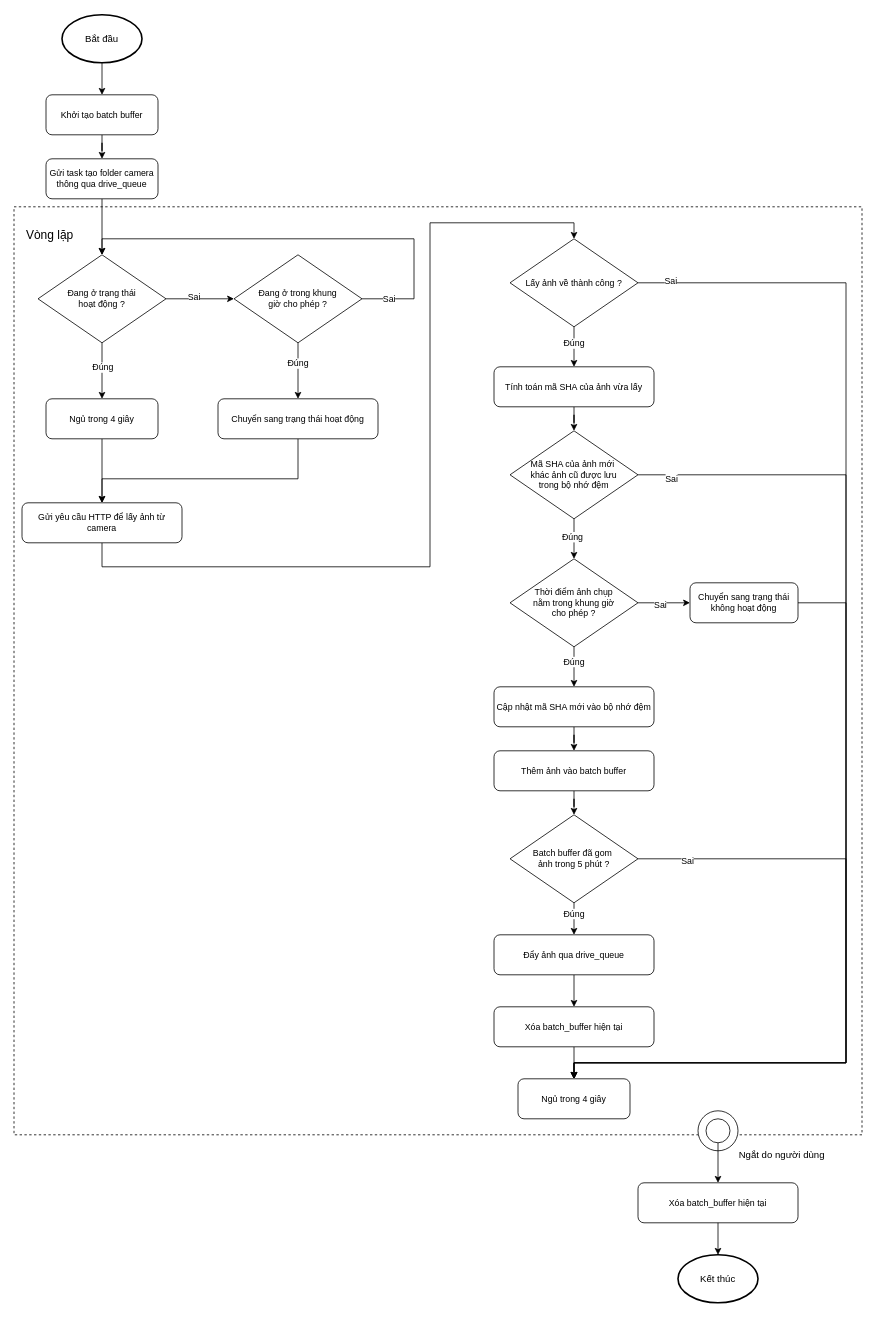
Denzaro/DATN_Thesis keeps this draw.io diagram as fig/camera_threading.drawio. Above is the earlier version. Source tidied: cells renumbered, new cells numbered last; positions are measured from the earlier drawing's top-left corner, leaving out a move shared by most shapes. Both pictures are drawn from the tidied source at 80%, with x=0, y=0 at pixel (14, 14).
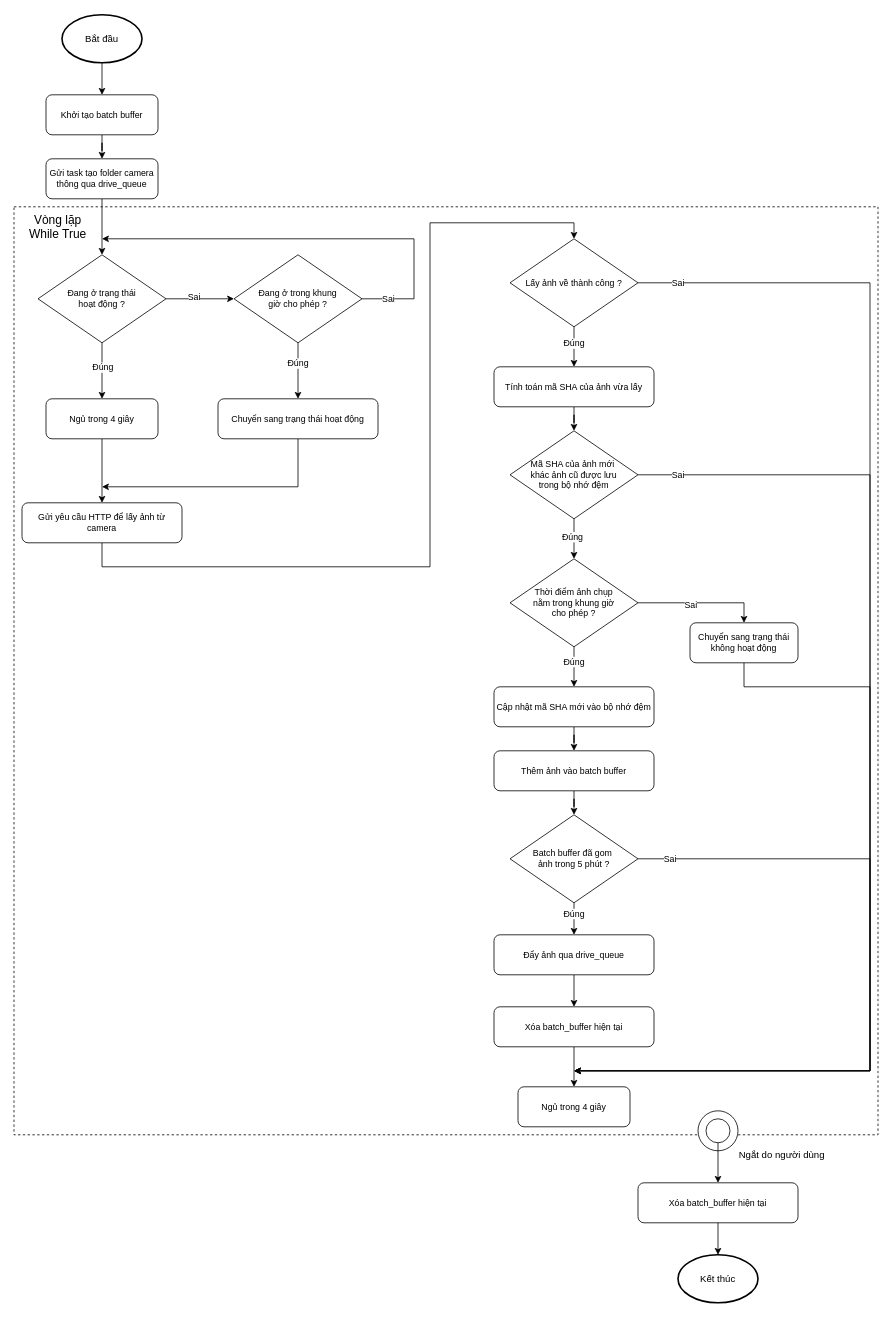
Above is the later version.

The change refers to these unchanged cells:
```xml
<mxCell id="9" value="Đang ở trạng thái &lt;br&gt;hoạt động ?" style="rhombus;whiteSpace=wrap;html=1;fontSize=11;" parent="1" vertex="1">
  <mxGeometry x="30" y="300" width="160" height="110" as="geometry" />
</mxCell>
<mxCell id="11" value="Chuyển sang trạng thái hoạt động" style="rounded=1;whiteSpace=wrap;html=1;fontSize=11;" parent="1" vertex="1">
  <mxGeometry x="255" y="480" width="200" height="50" as="geometry" />
</mxCell>
<mxCell id="26" value="Mã SHA của ảnh mới&amp;nbsp;&lt;div&gt;khác ảnh cũ được lưu&lt;br&gt;trong bộ nhớ đệm&lt;/div&gt;" style="rhombus;whiteSpace=wrap;html=1;fontSize=11;" parent="1" vertex="1">
  <mxGeometry x="620" y="520" width="160" height="110" as="geometry" />
</mxCell>
<mxCell id="27" value="Đang ở trong khung&lt;br&gt;giờ cho phép ?" style="rhombus;whiteSpace=wrap;html=1;fontSize=11;" parent="1" vertex="1">
  <mxGeometry x="275" y="300" width="160" height="110" as="geometry" />
</mxCell>
<mxCell id="32" value="Thời điểm ảnh chụp&lt;br&gt;nằm trong khung giờ&lt;br&gt;cho phép ?" style="rhombus;whiteSpace=wrap;html=1;fontSize=11;" parent="1" vertex="1">
  <mxGeometry x="620" y="680" width="160" height="110" as="geometry" />
</mxCell>
<mxCell id="42" value="Xóa batch_buffer hiện tại" style="rounded=1;whiteSpace=wrap;html=1;fontSize=11;" parent="1" vertex="1">
  <mxGeometry x="600" y="1240" width="200" height="50" as="geometry" />
</mxCell>
<mxCell id="57" value="Lấy ảnh về thành công ?" style="rhombus;whiteSpace=wrap;html=1;fontSize=11;" parent="1" vertex="1">
  <mxGeometry x="620" y="280" width="160" height="110" as="geometry" />
</mxCell>
<mxCell id="62" value="Batch buffer đã gom&amp;nbsp;&lt;br&gt;ảnh trong 5 phút ?" style="rhombus;whiteSpace=wrap;html=1;fontSize=11;" parent="1" vertex="1">
  <mxGeometry x="620" y="1000" width="160" height="110" as="geometry" />
</mxCell>
```

Change to the diagram source:
```diff
@@
-    <mxCell id="2" style="rounded=0;whiteSpace=wrap;html=1;dashed=1;" parent="1" vertex="1">
-      <mxGeometry y="240" width="1060" height="1160" as="geometry" />
-    </mxCell>
+    <mxCell id="66" style="rounded=0;whiteSpace=wrap;html=1;dashed=1;" parent="1" vertex="1">
+      <mxGeometry y="240" width="1080" height="1160" as="geometry" />
+    </mxCell>
@@
-    <mxCell id="10" style="edgeStyle=orthogonalEdgeStyle;rounded=0;jettySize=auto;html=1;" parent="1" edge="1" source="11">
-      <mxGeometry relative="1" as="geometry">
-        <mxPoint x="110" y="610" as="targetPoint" />
-        <Array as="points">
-          <mxPoint x="355" y="580" />
-          <mxPoint x="110" y="580" />
-        </Array>
-      </mxGeometry>
-    </mxCell>
+    <mxCell id="67" style="edgeStyle=orthogonalEdgeStyle;rounded=0;jettySize=auto;html=1;" parent="1" edge="1" source="11">
+      <mxGeometry relative="1" as="geometry">
+        <mxPoint x="110" y="590" as="targetPoint" />
+        <Array as="points">
+          <mxPoint x="355" y="590" />
+        </Array>
+      </mxGeometry>
+    </mxCell>
@@
-    <mxCell id="14" style="edgeStyle=orthogonalEdgeStyle;rounded=0;jettySize=auto;html=1;entryX=0.5;entryY=0;entryDx=0;entryDy=0;exitX=1;exitY=0.5;exitDx=0;exitDy=0;" parent="1" edge="1" source="27" target="9">
+    <mxCell id="14" style="edgeStyle=orthogonalEdgeStyle;rounded=0;jettySize=auto;html=1;exitX=1;exitY=0.5;exitDx=0;exitDy=0;" parent="1" edge="1" source="27">
       <mxGeometry relative="1" as="geometry">
+        <mxPoint x="110" y="280" as="targetPoint" />
         <Array as="points">
           <mxPoint x="500" y="355" />
           <mxPoint x="500" y="280" />
           <mxPoint x="110" y="280" />
         </Array>
       </mxGeometry>
     </mxCell>
@@
-    <mxCell id="24" style="edgeStyle=orthogonalEdgeStyle;rounded=0;jettySize=auto;html=1;entryX=0.5;entryY=0;entryDx=0;entryDy=0;" parent="1" edge="1" source="26" target="43">
-      <mxGeometry relative="1" as="geometry">
-        <Array as="points">
-          <mxPoint x="1040" y="575" />
-          <mxPoint x="1040" y="1310" />
-          <mxPoint x="700" y="1310" />
-        </Array>
-      </mxGeometry>
-    </mxCell>
-    <mxCell id="25" value="Sai" style="edgeLabel;html=1;align=center;verticalAlign=middle;" parent="24" vertex="1">
-      <mxGeometry x="-0.94" y="-4" relative="1" as="geometry" />
-    </mxCell>
+    <mxCell id="68" style="edgeStyle=orthogonalEdgeStyle;rounded=0;jettySize=auto;html=1;" parent="1" edge="1" source="26">
+      <mxGeometry relative="1" as="geometry">
+        <mxPoint x="700" y="1320" as="targetPoint" />
+        <Array as="points">
+          <mxPoint x="1070" y="575" />
+          <mxPoint x="1070" y="1320" />
+        </Array>
+      </mxGeometry>
+    </mxCell>
+    <mxCell id="69" value="Sai" style="edgeLabel;html=1;align=center;verticalAlign=middle;" parent="68" vertex="1">
+      <mxGeometry x="-0.93" y="1" relative="1" as="geometry" />
+    </mxCell>
@@
-    <mxCell id="28" style="edgeStyle=orthogonalEdgeStyle;rounded=0;jettySize=auto;html=1;entryX=0;entryY=0.5;entryDx=0;entryDy=0;" parent="1" edge="1" source="32" target="34">
+    <mxCell id="28" style="edgeStyle=orthogonalEdgeStyle;rounded=0;jettySize=auto;html=1;entryX=0.5;entryY=0;entryDx=0;entryDy=0;" parent="1" edge="1" source="32" target="34">
       <mxGeometry relative="1" as="geometry" />
     </mxCell>
@@
-    <mxCell id="33" style="edgeStyle=orthogonalEdgeStyle;rounded=0;jettySize=auto;html=1;entryX=0.5;entryY=0;entryDx=0;entryDy=0;" parent="1" edge="1" source="34" target="43">
-      <mxGeometry relative="1" as="geometry">
-        <Array as="points">
-          <mxPoint x="1040" y="735" />
-          <mxPoint x="1040" y="1310" />
-          <mxPoint x="700" y="1310" />
-        </Array>
-      </mxGeometry>
-    </mxCell>
+    <mxCell id="70" style="edgeStyle=orthogonalEdgeStyle;rounded=0;jettySize=auto;html=1;" parent="1" edge="1" source="34">
+      <mxGeometry relative="1" as="geometry">
+        <mxPoint x="700" y="1320" as="targetPoint" />
+        <Array as="points">
+          <mxPoint x="912" y="840" />
+          <mxPoint x="1070" y="840" />
+          <mxPoint x="1070" y="1320" />
+        </Array>
+      </mxGeometry>
+    </mxCell>
     <mxCell id="34" value="Chuyển sang trạng thái &lt;br&gt;không hoạt động" style="rounded=1;whiteSpace=wrap;html=1;fontSize=11;" parent="1" vertex="1">
-      <mxGeometry x="845" y="710" width="135" height="50" as="geometry" />
+      <mxGeometry x="845" y="760" width="135" height="50" as="geometry" />
     </mxCell>
@@
-    <mxCell id="41" style="edgeStyle=orthogonalEdgeStyle;rounded=0;jettySize=auto;html=1;entryX=0.5;entryY=0;entryDx=0;entryDy=0;" parent="1" edge="1" source="42" target="43">
+    <mxCell id="41" style="edgeStyle=orthogonalEdgeStyle;rounded=0;jettySize=auto;html=1;" parent="1" edge="1" source="42" target="43">
       <mxGeometry relative="1" as="geometry" />
     </mxCell>
@@
     <mxCell id="43" value="Ngủ trong 4 giây" style="rounded=1;whiteSpace=wrap;html=1;fontSize=11;" parent="1" vertex="1">
-      <mxGeometry x="630" y="1330" width="140" height="50" as="geometry" />
+      <mxGeometry x="630" y="1340" width="140" height="50" as="geometry" />
     </mxCell>
@@
-    <mxCell id="55" style="edgeStyle=orthogonalEdgeStyle;rounded=0;jettySize=auto;html=1;entryX=0.5;entryY=0;entryDx=0;entryDy=0;" parent="1" edge="1" source="57" target="43">
-      <mxGeometry relative="1" as="geometry">
-        <Array as="points">
-          <mxPoint x="1040" y="335" />
-          <mxPoint x="1040" y="1310" />
-          <mxPoint x="700" y="1310" />
-        </Array>
-      </mxGeometry>
-    </mxCell>
-    <mxCell id="56" value="Sai" style="edgeLabel;html=1;align=center;verticalAlign=middle;" parent="55" vertex="1">
-      <mxGeometry x="-0.95" y="3" relative="1" as="geometry" />
-    </mxCell>
+    <mxCell id="71" style="edgeStyle=orthogonalEdgeStyle;rounded=0;jettySize=auto;html=1;" parent="1" edge="1" source="57">
+      <mxGeometry relative="1" as="geometry">
+        <mxPoint x="700" y="1320" as="targetPoint" />
+        <Array as="points">
+          <mxPoint x="1070" y="335" />
+          <mxPoint x="1070" y="1320" />
+        </Array>
+      </mxGeometry>
+    </mxCell>
+    <mxCell id="72" value="Sai" style="edgeLabel;html=1;align=center;verticalAlign=middle;" parent="71" vertex="1">
+      <mxGeometry x="-0.94" y="1" relative="1" as="geometry" />
+    </mxCell>
@@
-    <mxCell id="60" style="edgeStyle=orthogonalEdgeStyle;rounded=0;jettySize=auto;html=1;entryX=0.5;entryY=0;entryDx=0;entryDy=0;" parent="1" edge="1" source="62" target="43">
-      <mxGeometry relative="1" as="geometry">
-        <Array as="points">
-          <mxPoint x="1040" y="1055" />
-          <mxPoint x="1040" y="1310" />
-          <mxPoint x="700" y="1310" />
-        </Array>
-      </mxGeometry>
-    </mxCell>
-    <mxCell id="61" value="Sai" style="edgeLabel;html=1;align=center;verticalAlign=middle;" parent="60" vertex="1">
-      <mxGeometry x="-0.86" y="-2" relative="1" as="geometry" />
-    </mxCell>
+    <mxCell id="73" style="edgeStyle=orthogonalEdgeStyle;rounded=0;jettySize=auto;html=1;exitX=1;exitY=0.5;exitDx=0;exitDy=0;" parent="1" edge="1" source="62">
+      <mxGeometry relative="1" as="geometry">
+        <mxPoint x="700" y="1320" as="targetPoint" />
+        <Array as="points">
+          <mxPoint x="1070" y="1055" />
+          <mxPoint x="1070" y="1320" />
+        </Array>
+      </mxGeometry>
+    </mxCell>
+    <mxCell id="74" value="Sai" style="edgeLabel;html=1;align=center;verticalAlign=middle;" parent="73" vertex="1">
+      <mxGeometry x="-0.89" y="1" relative="1" as="geometry">
+        <mxPoint x="-12" y="1" as="offset" />
+      </mxGeometry>
+    </mxCell>
@@
-    <mxCell id="65" value="&lt;font style=&quot;font-size: 15px;&quot;&gt;Vòng lặp&lt;/font&gt;" style="text;html=1;whiteSpace=wrap;strokeColor=none;fillColor=none;align=center;verticalAlign=middle;rounded=0;" parent="1" vertex="1">
-      <mxGeometry x="10" y="260" width="70" height="30" as="geometry" />
+    <mxCell id="65" value="&lt;font style=&quot;font-size: 15px;&quot;&gt;Vòng lặp While True&lt;/font&gt;" style="text;html=1;whiteSpace=wrap;strokeColor=none;fillColor=none;align=center;verticalAlign=middle;rounded=0;" parent="1" vertex="1">
+      <mxGeometry x="10" y="250" width="90" height="30" as="geometry" />
     </mxCell>
```
